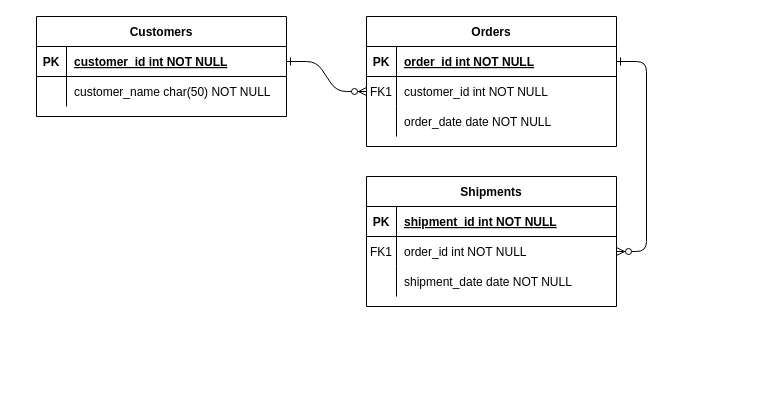
Before: Untitled Diagram.drawio in portalll/jd_maotai_seckill, a draw.io diagram. Source tidied: cells renumbered, new cells numbered last; positions are measured from the earlier drawing's top-left corner, leaving out a move shared by most shapes. Both pictures are drawn from the tidied source at 100%, with x=0, y=0 at pixel (36, 16).
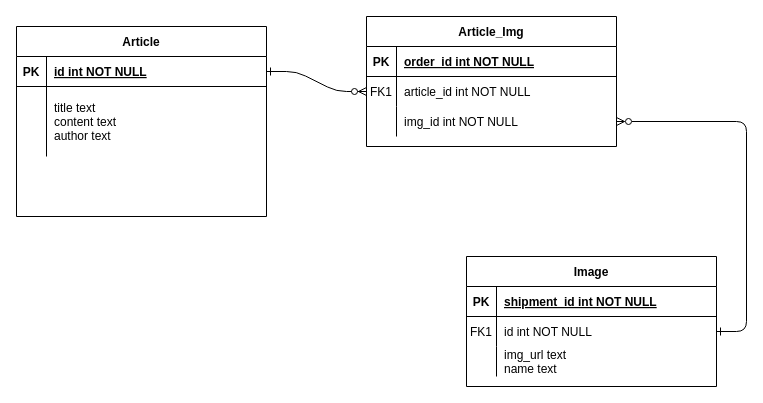
The same diagram, later.

Unchanged cells that the change refers to:
```xml
<mxCell id="5" style="shape=partialRectangle;fillColor=none;points=[[0,0.5],[1,0.5]];portConstraint=eastwest;top=0;left=0;right=0;bottom=1;" parent="4" vertex="1">
  <mxGeometry y="30" width="250" height="30" as="geometry" />
</mxCell>
<mxCell id="8" style="shape=partialRectangle;fillColor=none;points=[[0,0.5],[1,0.5]];portConstraint=eastwest;top=0;left=0;right=0;bottom=0;" parent="4" vertex="1">
  <mxGeometry y="60" width="250" height="30" as="geometry" />
</mxCell>
<mxCell id="11" style="shape=partialRectangle;fillColor=none;points=[[0,0.5],[1,0.5]];portConstraint=eastwest;top=0;left=0;right=0;bottom=0;" parent="4" vertex="1">
  <mxGeometry y="90" width="250" height="30" as="geometry" />
</mxCell>
<mxCell id="18" style="shape=partialRectangle;fillColor=none;points=[[0,0.5],[1,0.5]];portConstraint=eastwest;top=0;left=0;right=0;bottom=0;" parent="14" vertex="1">
  <mxGeometry y="60" width="250" height="30" as="geometry" />
</mxCell>
<mxCell id="21" style="shape=partialRectangle;fillColor=none;top=0;left=0;right=0;bottom=0;" parent="14" vertex="1">
  <mxGeometry y="90" width="250" height="30" as="geometry" />
</mxCell>
<mxCell id="25" style="shape=partialRectangle;fillColor=none;points=[[0,0.5],[1,0.5]];portConstraint=eastwest;top=0;left=0;right=0;bottom=1;" parent="24" vertex="1">
  <mxGeometry y="30" width="250" height="30" as="geometry" />
</mxCell>
```

What changed in the source:
```diff
@@
-    <mxCell id="3" style="edgeStyle=entityRelationEdgeStyle;endArrow=ERzeroToMany;startArrow=ERone;endFill=1;startFill=0;" parent="1" edge="1" source="5" target="18">
+    <mxCell id="3" style="edgeStyle=entityRelationEdgeStyle;endArrow=ERone;startArrow=ERzeroToMany;endFill=0;startFill=0;exitX=1;exitY=0.5;exitDx=0;exitDy=0;" parent="1" edge="1" source="11" target="18">
       <mxGeometry relative="1" as="geometry" />
     </mxCell>
-    <mxCell id="4" value="Orders" style="shape=table;startSize=30;childLayout=tableLayout;rowLines=0;fontStyle=1;align=center;" parent="1" vertex="1">
+    <mxCell id="4" value="Article_Img" style="shape=table;startSize=30;childLayout=tableLayout;rowLines=0;fontStyle=1;align=center;" parent="1" vertex="1">
       <mxGeometry x="330" width="250" height="130" as="geometry" />
     </mxCell>
@@
-    <mxCell id="10" value="customer_id int NOT NULL" style="shape=partialRectangle;overflow=hidden;fillColor=none;top=0;left=0;bottom=0;right=0;align=left;spacingLeft=6;" parent="8" vertex="1">
+    <mxCell id="10" value="article_id int NOT NULL" style="shape=partialRectangle;overflow=hidden;fillColor=none;top=0;left=0;bottom=0;right=0;align=left;spacingLeft=6;" parent="8" vertex="1">
       <mxGeometry x="30" width="220" height="30" as="geometry" />
     </mxCell>
@@
-    <mxCell id="13" value="order_date date NOT NULL" style="shape=partialRectangle;overflow=hidden;fillColor=none;top=0;left=0;bottom=0;right=0;align=left;spacingLeft=6;" parent="11" vertex="1">
+    <mxCell id="13" value="img_id int NOT NULL" style="shape=partialRectangle;overflow=hidden;fillColor=none;top=0;left=0;bottom=0;right=0;align=left;spacingLeft=6;" parent="11" vertex="1">
       <mxGeometry x="30" width="220" height="30" as="geometry" />
     </mxCell>
-    <mxCell id="14" value="Shipments" style="shape=table;startSize=30;childLayout=tableLayout;rowLines=0;fontStyle=1;align=center;" parent="1" vertex="1">
-      <mxGeometry x="330" y="160" width="250" height="130" as="geometry" />
+    <mxCell id="14" value="Image" style="shape=table;startSize=30;childLayout=tableLayout;rowLines=0;fontStyle=1;align=center;" parent="1" vertex="1">
+      <mxGeometry x="430" y="240" width="250" height="130" as="geometry" />
     </mxCell>
@@
-    <mxCell id="20" value="order_id int NOT NULL" style="shape=partialRectangle;overflow=hidden;fillColor=none;top=0;left=0;bottom=0;right=0;align=left;spacingLeft=6;" parent="18" vertex="1">
+    <mxCell id="20" value="id int NOT NULL" style="shape=partialRectangle;overflow=hidden;fillColor=none;top=0;left=0;bottom=0;right=0;align=left;spacingLeft=6;" parent="18" vertex="1">
       <mxGeometry x="30" width="220" height="30" as="geometry" />
     </mxCell>
@@
-    <mxCell id="23" value="shipment_date date NOT NULL" style="shape=partialRectangle;overflow=hidden;fillColor=none;top=0;left=0;bottom=0;right=0;align=left;spacingLeft=6;" parent="21" vertex="1">
+    <mxCell id="23" value="img_url text&#10;name text" style="shape=partialRectangle;overflow=hidden;fillColor=none;top=0;left=0;bottom=0;right=0;align=left;spacingLeft=6;" parent="21" vertex="1">
       <mxGeometry x="30" width="220" height="30" as="geometry" />
     </mxCell>
-    <mxCell id="24" value="Customers" style="shape=table;startSize=30;childLayout=tableLayout;rowLines=0;fontStyle=1;align=center;" parent="1" vertex="1">
-      <mxGeometry width="250" height="100" as="geometry" />
+    <mxCell id="24" value="Article" style="shape=table;startSize=30;childLayout=tableLayout;rowLines=0;fontStyle=1;align=center;" parent="1" vertex="1">
+      <mxGeometry x="-20" y="10" width="250" height="190" as="geometry" />
     </mxCell>
@@
-    <mxCell id="27" value="customer_id int NOT NULL " style="shape=partialRectangle;overflow=hidden;fillColor=none;top=0;left=0;bottom=0;right=0;align=left;spacingLeft=6;fontStyle=5;" parent="25" vertex="1">
+    <mxCell id="27" value="id int NOT NULL " style="shape=partialRectangle;overflow=hidden;fillColor=none;top=0;left=0;bottom=0;right=0;align=left;spacingLeft=6;fontStyle=5;" parent="25" vertex="1">
       <mxGeometry x="30" width="220" height="30" as="geometry" />
     </mxCell>
     <mxCell id="28" style="shape=partialRectangle;fillColor=none;top=0;left=0;right=0;bottom=0;" parent="24" vertex="1">
-      <mxGeometry y="60" width="250" height="30" as="geometry" />
+      <mxGeometry y="60" width="250" height="70" as="geometry" />
     </mxCell>
     <mxCell id="29" style="shape=partialRectangle;overflow=hidden;fillColor=none;top=0;left=0;bottom=0;right=0;" parent="28" vertex="1">
-      <mxGeometry width="30" height="30" as="geometry" />
+      <mxGeometry width="30" height="70" as="geometry" />
     </mxCell>
-    <mxCell id="30" value="customer_name char(50) NOT NULL" style="shape=partialRectangle;overflow=hidden;fillColor=none;top=0;left=0;bottom=0;right=0;align=left;spacingLeft=6;" parent="28" vertex="1">
-      <mxGeometry x="30" width="220" height="30" as="geometry" />
+    <mxCell id="30" value="title text&#10;content text&#10;author text" style="shape=partialRectangle;overflow=hidden;fillColor=none;top=0;left=0;bottom=0;right=0;align=left;spacingLeft=6;" parent="28" vertex="1">
+      <mxGeometry x="30" width="220" height="70" as="geometry" />
     </mxCell>
```
